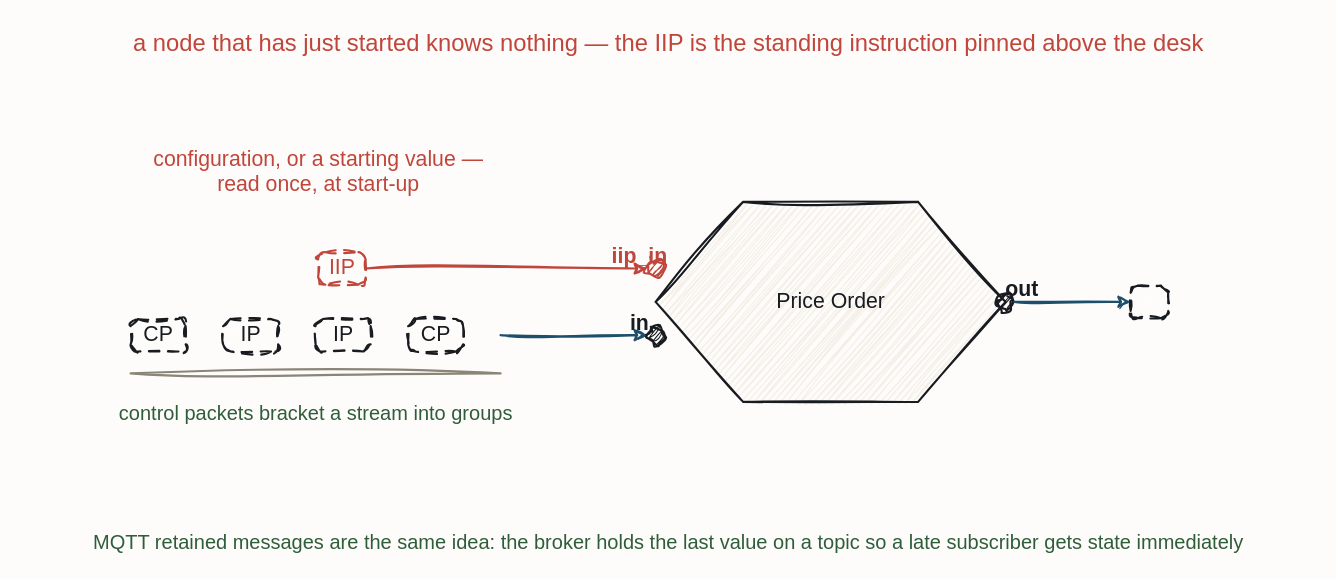
This is resources/flow-fbp-iip.drawio from iancooper/practical-messaging, a draw.io file, before an edit. Source tidied: cells renumbered, new cells numbered last; positions are measured from the earlier drawing's top-left corner, leaving out a move shared by most shapes. Both pictures are drawn from the tidied source at 125%, with x=0, y=0 at pixel (130, 21).
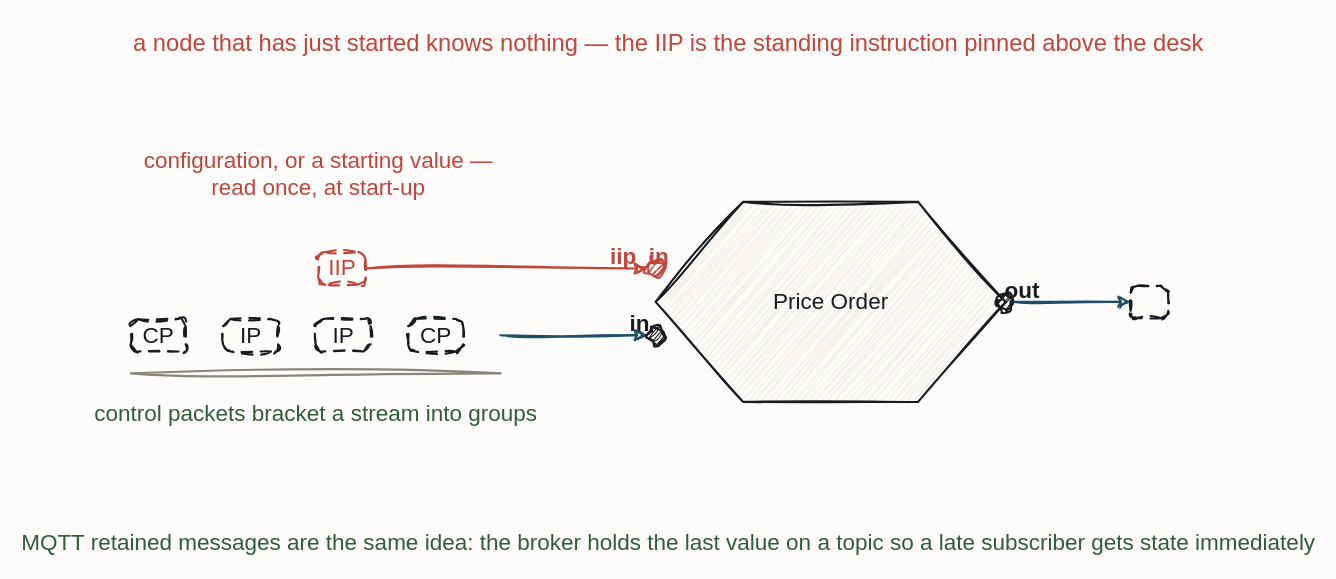
The same page after the edit.

Unchanged cells that the change refers to:
```xml
<mxCell id="4" style="sketch=1;hachureGap=4;jiggle=2;curveFitting=1;fontFamily=Caveat;html=1;ellipse;verticalLabelPosition=bottom;verticalAlign=top;strokeColor=#C0453B;strokeWidth=1.7;fillColor=#C0453B;fontColor=#C0453B;fontSize=14;" parent="1" vertex="1">
  <mxGeometry x="413" y="190.3" width="14" height="14" as="geometry" />
</mxCell>
<mxCell id="6" style="sketch=1;hachureGap=4;jiggle=2;curveFitting=1;fontFamily=Caveat;html=1;ellipse;verticalLabelPosition=bottom;verticalAlign=top;strokeColor=#181B1F;strokeWidth=1.7;fillColor=#181B1F;fontColor=#181B1F;fontSize=14;" parent="1" vertex="1">
  <mxGeometry x="413" y="243.7" width="14" height="14" as="geometry" />
</mxCell>
<mxCell id="8" style="sketch=1;hachureGap=4;jiggle=2;curveFitting=1;fontFamily=Caveat;html=1;ellipse;verticalLabelPosition=bottom;verticalAlign=top;strokeColor=#181B1F;strokeWidth=1.7;fillColor=#181B1F;fontColor=#181B1F;fontSize=14;" parent="1" vertex="1">
  <mxGeometry x="693" y="217" width="14" height="14" as="geometry" />
</mxCell>
<mxCell id="17" style="sketch=1;hachureGap=4;jiggle=2;curveFitting=1;fontFamily=Caveat;html=1;rounded=1;arcSize=22;dashed=1;dashPattern=5 4;strokeColor=#181B1F;strokeWidth=1.7;fillColor=#FDFCFA;fontColor=#181B1F;fontSize=13;" parent="1" vertex="1">
  <mxGeometry x="800" y="211" width="30" height="26" as="geometry" />
</mxCell>
```

The edit, as a diff of the source:
```diff
@@
-    <mxCell id="3" value="Price Order" style="sketch=1;hachureGap=4;jiggle=2;curveFitting=1;fontFamily=Caveat;html=1;shape=hexagon;perimeter=hexagonPerimeter2;strokeColor=#181B1F;strokeWidth=1.7;fillColor=#F3EFE6;fontColor=#181B1F;fontSize=17;" parent="1" vertex="1">
+    <mxCell id="3" value="Price Order" style="sketch=1;hachureGap=4;jiggle=2;curveFitting=1;fontFamily=Caveat;html=1;shape=hexagon;perimeter=hexagonPerimeter2;strokeColor=#181B1F;strokeWidth=1.7;fillColor=#F3EFE6;fontColor=#181B1F;fontSize=18;" parent="1" vertex="1">
       <mxGeometry x="420" y="144" width="280" height="160" as="geometry" />
     </mxCell>
@@
-    <mxCell id="5" value="iip_in" style="text;html=1;align=center;fontFamily=Caveat;fontSize=17;fontColor=#C0453B;fontStyle=1;" parent="1" vertex="1">
+    <mxCell id="5" value="iip_in" style="text;html=1;align=center;fontFamily=Caveat;fontSize=18;fontColor=#C0453B;fontStyle=1;" parent="1" vertex="1">
       <mxGeometry x="347" y="171.3" width="120" height="20" as="geometry" />
     </mxCell>
@@
-    <mxCell id="7" value="in" style="text;html=1;align=center;fontFamily=Caveat;fontSize=17;fontColor=#181B1F;fontStyle=1;" parent="1" vertex="1">
+    <mxCell id="7" value="in" style="text;html=1;align=center;fontFamily=Caveat;fontSize=18;fontColor=#181B1F;fontStyle=1;" parent="1" vertex="1">
       <mxGeometry x="347" y="224.7" width="120" height="20" as="geometry" />
     </mxCell>
@@
-    <mxCell id="9" value="out" style="text;html=1;align=center;fontFamily=Caveat;fontSize=17;fontColor=#181B1F;fontStyle=1;" parent="1" vertex="1">
+    <mxCell id="9" value="out" style="text;html=1;align=center;fontFamily=Caveat;fontSize=18;fontColor=#181B1F;fontStyle=1;" parent="1" vertex="1">
       <mxGeometry x="653" y="198" width="120" height="20" as="geometry" />
     </mxCell>
-    <mxCell id="10" value="IIP" style="sketch=1;hachureGap=4;jiggle=2;curveFitting=1;fontFamily=Caveat;html=1;rounded=1;arcSize=22;dashed=1;dashPattern=5 4;strokeColor=#C0453B;strokeWidth=1.7;fillColor=#FDFCFA;fontColor=#C0453B;fontSize=17;" parent="1" vertex="1">
+    <mxCell id="10" value="IIP" style="sketch=1;hachureGap=4;jiggle=2;curveFitting=1;fontFamily=Caveat;html=1;rounded=1;arcSize=22;dashed=1;dashPattern=5 4;strokeColor=#C0453B;strokeWidth=1.7;fillColor=#FDFCFA;fontColor=#C0453B;fontSize=18;" parent="1" vertex="1">
       <mxGeometry x="150" y="184.3" width="38" height="26" as="geometry" />
     </mxCell>
-    <mxCell id="11" value="CP" style="sketch=1;hachureGap=4;jiggle=2;curveFitting=1;fontFamily=Caveat;html=1;rounded=1;arcSize=22;dashed=1;dashPattern=5 4;strokeColor=#181B1F;strokeWidth=1.7;fillColor=#FDFCFA;fontColor=#181B1F;fontSize=17;" parent="1" vertex="1">
+    <mxCell id="11" value="CP" style="sketch=1;hachureGap=4;jiggle=2;curveFitting=1;fontFamily=Caveat;html=1;rounded=1;arcSize=22;dashed=1;dashPattern=5 4;strokeColor=#181B1F;strokeWidth=1.7;fillColor=#FDFCFA;fontColor=#181B1F;fontSize=18;" parent="1" vertex="1">
       <mxGeometry y="237.7" width="44" height="26" as="geometry" />
     </mxCell>
-    <mxCell id="12" value="IP" style="sketch=1;hachureGap=4;jiggle=2;curveFitting=1;fontFamily=Caveat;html=1;rounded=1;arcSize=22;dashed=1;dashPattern=5 4;strokeColor=#181B1F;strokeWidth=1.7;fillColor=#FDFCFA;fontColor=#181B1F;fontSize=17;" parent="1" vertex="1">
+    <mxCell id="12" value="IP" style="sketch=1;hachureGap=4;jiggle=2;curveFitting=1;fontFamily=Caveat;html=1;rounded=1;arcSize=22;dashed=1;dashPattern=5 4;strokeColor=#181B1F;strokeWidth=1.7;fillColor=#FDFCFA;fontColor=#181B1F;fontSize=18;" parent="1" vertex="1">
       <mxGeometry x="74" y="237.7" width="44" height="26" as="geometry" />
     </mxCell>
-    <mxCell id="13" value="IP" style="sketch=1;hachureGap=4;jiggle=2;curveFitting=1;fontFamily=Caveat;html=1;rounded=1;arcSize=22;dashed=1;dashPattern=5 4;strokeColor=#181B1F;strokeWidth=1.7;fillColor=#FDFCFA;fontColor=#181B1F;fontSize=17;" parent="1" vertex="1">
+    <mxCell id="13" value="IP" style="sketch=1;hachureGap=4;jiggle=2;curveFitting=1;fontFamily=Caveat;html=1;rounded=1;arcSize=22;dashed=1;dashPattern=5 4;strokeColor=#181B1F;strokeWidth=1.7;fillColor=#FDFCFA;fontColor=#181B1F;fontSize=18;" parent="1" vertex="1">
       <mxGeometry x="148" y="237.7" width="44" height="26" as="geometry" />
     </mxCell>
-    <mxCell id="14" value="CP" style="sketch=1;hachureGap=4;jiggle=2;curveFitting=1;fontFamily=Caveat;html=1;rounded=1;arcSize=22;dashed=1;dashPattern=5 4;strokeColor=#181B1F;strokeWidth=1.7;fillColor=#FDFCFA;fontColor=#181B1F;fontSize=17;" parent="1" vertex="1">
+    <mxCell id="14" value="CP" style="sketch=1;hachureGap=4;jiggle=2;curveFitting=1;fontFamily=Caveat;html=1;rounded=1;arcSize=22;dashed=1;dashPattern=5 4;strokeColor=#181B1F;strokeWidth=1.7;fillColor=#FDFCFA;fontColor=#181B1F;fontSize=18;" parent="1" vertex="1">
       <mxGeometry x="222" y="237.7" width="44" height="26" as="geometry" />
     </mxCell>
@@
-    <mxCell id="16" value="control packets bracket a stream into groups" style="text;html=1;align=center;fontFamily=Caveat;fontSize=16;fontColor=#2F5D3A;" parent="1" vertex="1">
+    <mxCell id="16" value="control packets bracket a stream into groups" style="text;html=1;align=center;fontFamily=Caveat;fontSize=18;fontColor=#2F5D3A;" parent="1" vertex="1">
       <mxGeometry x="88" y="296.7" width="120" height="20" as="geometry" />
     </mxCell>
@@
-    <mxCell id="18" value="configuration, or a starting value —&#10;read once, at start-up" style="text;html=1;align=center;fontFamily=Caveat;fontSize=17;fontColor=#C0453B;" parent="1" vertex="1">
+    <mxCell id="18" value="configuration, or a starting value —&#10;read once, at start-up" style="text;html=1;align=center;fontFamily=Caveat;fontSize=18;fontColor=#C0453B;" parent="1" vertex="1">
       <mxGeometry x="90" y="94" width="120" height="20" as="geometry" />
     </mxCell>
-    <mxCell id="19" value="MQTT retained messages are the same idea: the broker holds the last value on a topic so a late subscriber gets state immediately" style="text;html=1;align=center;fontFamily=Caveat;fontSize=16;fontColor=#2F5D3A;" parent="1" vertex="1">
+    <mxCell id="19" value="MQTT retained messages are the same idea: the broker holds the last value on a topic so a late subscriber gets state immediately" style="text;html=1;align=center;fontFamily=Caveat;fontSize=18;fontColor=#2F5D3A;" parent="1" vertex="1">
       <mxGeometry x="370" y="400" width="120" height="20" as="geometry" />
     </mxCell>
-    <mxCell id="20" style="sketch=1;jiggle=2;curveFitting=1;edgeStyle=none;rounded=0;strokeColor=#C0453B;strokeWidth=1.8;fontFamily=Caveat;fontSize=17;fontColor=#C0453B;html=1;exitX=1.0;exitY=0.5;exitDx=0;exitDy=0;entryX=0.0;entryY=0.5;entryDx=0;entryDy=0;" parent="1" edge="1" source="10" target="4">
+    <mxCell id="20" style="sketch=1;jiggle=2;curveFitting=1;edgeStyle=none;rounded=0;strokeColor=#C0453B;strokeWidth=1.8;fontFamily=Caveat;fontSize=18;fontColor=#C0453B;html=1;exitX=1.0;exitY=0.5;exitDx=0;exitDy=0;entryX=0.0;entryY=0.5;entryDx=0;entryDy=0;" parent="1" edge="1" source="10" target="4">
       <mxGeometry relative="1" as="geometry" />
     </mxCell>
-    <mxCell id="21" style="sketch=1;jiggle=2;curveFitting=1;edgeStyle=none;rounded=0;strokeColor=#1D4E6B;strokeWidth=1.8;fontFamily=Caveat;fontSize=17;fontColor=#1D4E6B;html=1;entryX=0.0;entryY=0.5;entryDx=0;entryDy=0;" parent="1" edge="1" target="6">
+    <mxCell id="21" style="sketch=1;jiggle=2;curveFitting=1;edgeStyle=none;rounded=0;strokeColor=#1D4E6B;strokeWidth=1.8;fontFamily=Caveat;fontSize=18;fontColor=#1D4E6B;html=1;entryX=0.0;entryY=0.5;entryDx=0;entryDy=0;" parent="1" edge="1" target="6">
       <mxGeometry relative="1" as="geometry">
         <mxPoint x="296" y="250.7" as="sourcePoint" />
       </mxGeometry>
     </mxCell>
-    <mxCell id="22" style="sketch=1;jiggle=2;curveFitting=1;edgeStyle=none;rounded=0;strokeColor=#1D4E6B;strokeWidth=1.8;fontFamily=Caveat;fontSize=17;fontColor=#1D4E6B;html=1;exitX=1.0;exitY=0.5;exitDx=0;exitDy=0;entryX=0.0;entryY=0.5;entryDx=0;entryDy=0;" parent="1" edge="1" source="8" target="17">
+    <mxCell id="22" style="sketch=1;jiggle=2;curveFitting=1;edgeStyle=none;rounded=0;strokeColor=#1D4E6B;strokeWidth=1.8;fontFamily=Caveat;fontSize=18;fontColor=#1D4E6B;html=1;exitX=1.0;exitY=0.5;exitDx=0;exitDy=0;entryX=0.0;entryY=0.5;entryDx=0;entryDy=0;" parent="1" edge="1" source="8" target="17">
       <mxGeometry relative="1" as="geometry" />
     </mxCell>
```
